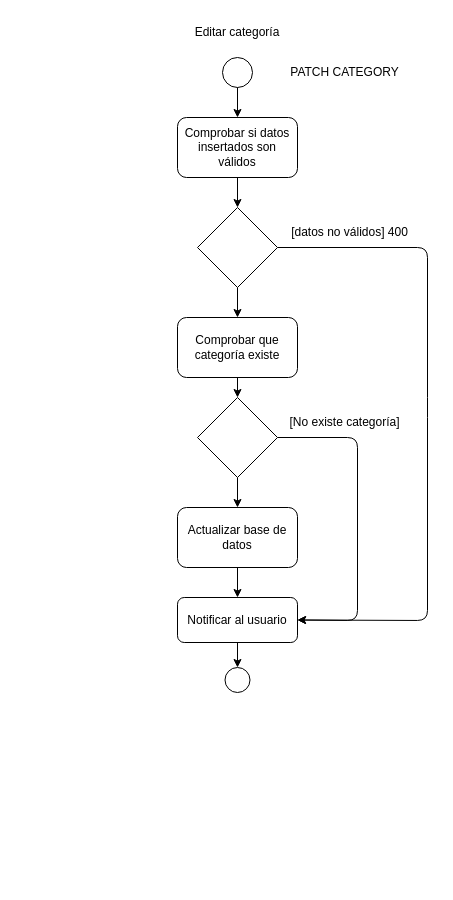
Before: documents/activity-diagram/patch-category.drawio in hello-world-capitanes/tienda-online-server-alumnos, a draw.io diagram. Source tidied: cells renumbered, new cells numbered last; positions are measured from the earlier drawing's top-left corner, leaving out a move shared by most shapes. Both pictures are drawn from the tidied source at 100%, with x=0, y=0 at pixel (177, 17).
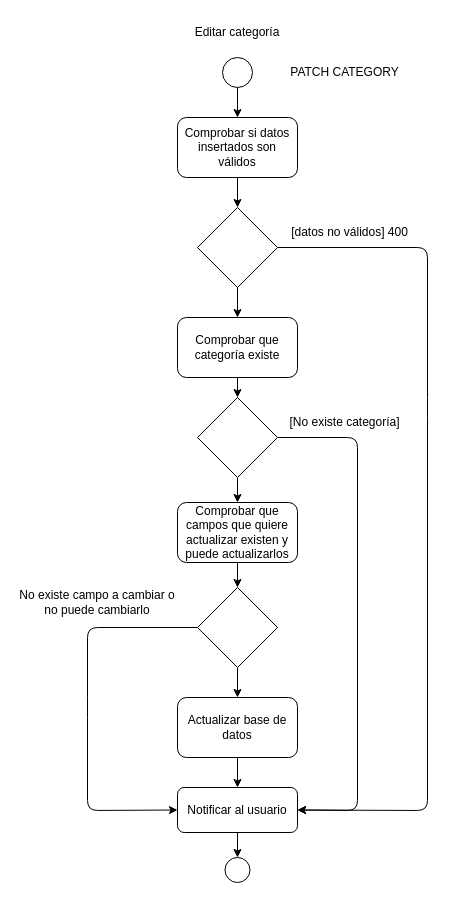
After the change.

Commit message (it also covers changes not shown here):
Diagrama corregido, plantilla de archivos routes y error

The change refers to these unchanged cells:
```xml
<mxCell id="20" style="rhombus;whiteSpace=wrap;html=1;" parent="1" vertex="1">
  <mxGeometry x="20" y="380" width="80" height="80" as="geometry" />
</mxCell>
```

The edit, as a diff of the source:
```diff
@@
     <mxCell id="7" style="edgeStyle=none;html=1;exitX=1;exitY=0.5;exitDx=0;exitDy=0;entryX=1;entryY=0.5;entryDx=0;entryDy=0;" parent="1" edge="1" target="13">
       <mxGeometry relative="1" as="geometry">
         <mxPoint x="100" y="230" as="sourcePoint" />
         <Array as="points">
           <mxPoint x="250" y="230" />
           <mxPoint x="250" y="390" />
-          <mxPoint x="250" y="603" />
+          <mxPoint x="250" y="793" />
         </Array>
       </mxGeometry>
     </mxCell>
@@
     <mxCell id="11" style="ellipse;whiteSpace=wrap;html=1;" parent="1" vertex="1">
-      <mxGeometry x="47.5" y="650" width="25" height="25" as="geometry" />
+      <mxGeometry x="47.5" y="840" width="25" height="25" as="geometry" />
     </mxCell>
@@
     <mxCell id="13" value="Notificar al usuario" style="rounded=1;whiteSpace=wrap;html=1;" parent="1" vertex="1">
-      <mxGeometry y="580" width="120" height="45" as="geometry" />
+      <mxGeometry y="770" width="120" height="45" as="geometry" />
     </mxCell>
@@
     <mxCell id="16" style="edgeStyle=none;html=1;entryX=1;entryY=0.5;entryDx=0;entryDy=0;exitX=1;exitY=0.5;exitDx=0;exitDy=0;" parent="1" edge="1" target="13">
       <mxGeometry relative="1" as="geometry">
         <mxPoint x="100" y="420" as="sourcePoint" />
         <Array as="points">
           <mxPoint x="180" y="420" />
-          <mxPoint x="180" y="603" />
+          <mxPoint x="180" y="793" />
         </Array>
       </mxGeometry>
     </mxCell>
@@
-    <mxCell id="19" style="edgeStyle=none;html=1;exitX=0.5;exitY=1;exitDx=0;exitDy=0;" parent="1" edge="1" source="20" target="23">
-      <mxGeometry relative="1" as="geometry" />
-    </mxCell>
+    <mxCell id="24" style="edgeStyle=none;html=1;exitX=0.5;exitY=1;exitDx=0;exitDy=0;entryX=0.5;entryY=0;entryDx=0;entryDy=0;" parent="1" edge="1" source="20" target="26">
+      <mxGeometry relative="1" as="geometry" />
+    </mxCell>
@@
     <mxCell id="23" value="Actualizar base de datos" style="rounded=1;whiteSpace=wrap;html=1;" parent="1" vertex="1">
-      <mxGeometry y="490" width="120" height="60" as="geometry" />
+      <mxGeometry y="680" width="120" height="60" as="geometry" />
     </mxCell>
+    <mxCell id="25" style="edgeStyle=none;html=1;exitX=0.5;exitY=1;exitDx=0;exitDy=0;entryX=0.5;entryY=0;entryDx=0;entryDy=0;" parent="1" edge="1" source="26" target="29">
+      <mxGeometry relative="1" as="geometry" />
+    </mxCell>
+    <mxCell id="26" value="Comprobar que campos que quiere actualizar existen y puede actualizarlos" style="rounded=1;whiteSpace=wrap;html=1;" parent="1" vertex="1">
+      <mxGeometry y="485" width="120" height="60" as="geometry" />
+    </mxCell>
+    <mxCell id="27" style="edgeStyle=none;html=1;exitX=0.5;exitY=1;exitDx=0;exitDy=0;entryX=0.5;entryY=0;entryDx=0;entryDy=0;" parent="1" edge="1" source="29" target="23">
+      <mxGeometry relative="1" as="geometry" />
+    </mxCell>
+    <mxCell id="28" style="edgeStyle=none;html=1;exitX=0;exitY=0.5;exitDx=0;exitDy=0;entryX=0;entryY=0.5;entryDx=0;entryDy=0;" parent="1" edge="1" source="29" target="13">
+      <mxGeometry relative="1" as="geometry">
+        <Array as="points">
+          <mxPoint x="-90" y="610" />
+          <mxPoint x="-90" y="690" />
+          <mxPoint x="-90" y="793" />
+        </Array>
+      </mxGeometry>
+    </mxCell>
+    <mxCell id="29" style="rhombus;whiteSpace=wrap;html=1;" parent="1" vertex="1">
+      <mxGeometry x="20" y="570" width="80" height="80" as="geometry" />
+    </mxCell>
+    <mxCell id="30" value="No existe campo a cambiar o no puede cambiarlo" style="text;html=1;strokeColor=none;fillColor=none;align=center;verticalAlign=middle;whiteSpace=wrap;rounded=0;" parent="1" vertex="1">
+      <mxGeometry x="-160" y="570" width="160" height="30" as="geometry" />
+    </mxCell>
```
